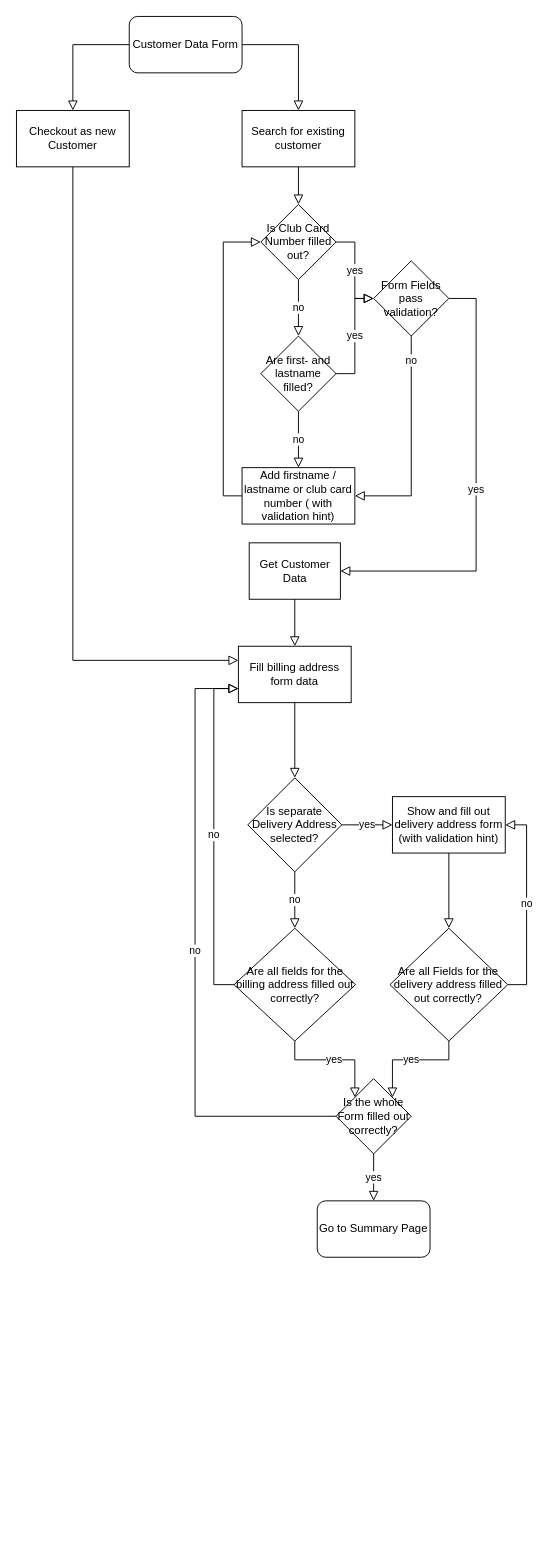
This is page "Customer Data" (2 of 4) of basket.drawio from jaegermoritz/test-wiki-diagrams, a draw.io file, before an edit. Source tidied: cells renumbered, new cells numbered last; positions are measured from the earlier drawing's top-left corner, leaving out a move shared by most shapes. Both pictures are drawn from the tidied source at 94%, with x=0, y=0 at pixel (16, 16).
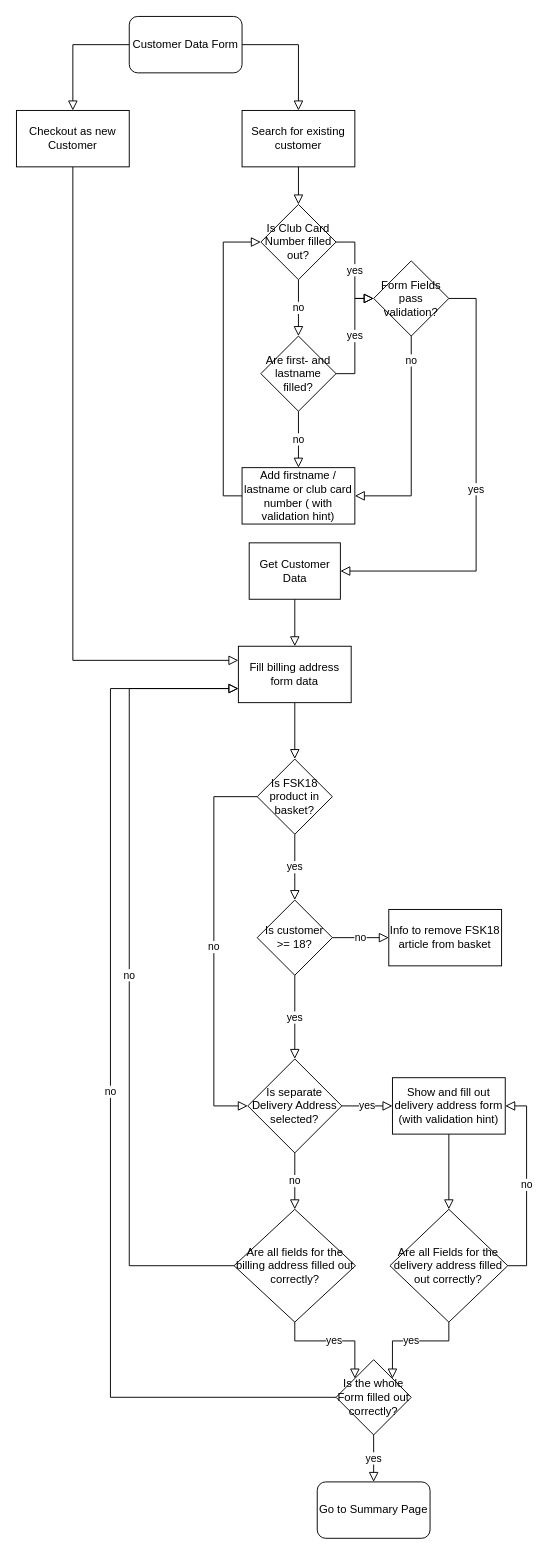
The same page after the edit.

Commit message:
Update customer data

Unchanged cells that the change refers to:
```xml
<mxCell id="38" value="Fill billing address form data" style="whiteSpace=wrap;html=1;" parent="1" vertex="1">
  <mxGeometry x="236.1" y="670" width="120" height="60" as="geometry" />
</mxCell>
```

What changed in the source:
```diff
@@
     <mxCell id="14" value="no" style="edgeStyle=orthogonalEdgeStyle;rounded=0;jumpStyle=none;jettySize=auto;html=1;entryX=0;entryY=0.75;entryDx=0;entryDy=0;endArrow=block;endFill=0;endSize=8;" parent="1" edge="1" source="15" target="38">
       <mxGeometry relative="1" as="geometry">
         <Array as="points">
-          <mxPoint x="210" y="1030" />
-          <mxPoint x="210" y="715" />
+          <mxPoint x="120" y="1329" />
+          <mxPoint x="120" y="715" />
         </Array>
       </mxGeometry>
     </mxCell>
     <mxCell id="15" value="Are all fields for the billing address filled out correctly?" style="rhombus;whiteSpace=wrap;html=1;" parent="1" vertex="1">
-      <mxGeometry x="231.5" y="970" width="129.2" height="120" as="geometry" />
+      <mxGeometry x="231.5" y="1269" width="129.2" height="120" as="geometry" />
     </mxCell>
@@
     <mxCell id="18" value="Is separate Delivery Address selected?" style="rhombus;whiteSpace=wrap;html=1;" parent="1" vertex="1">
-      <mxGeometry x="246.1" y="810" width="100" height="100" as="geometry" />
+      <mxGeometry x="246.1" y="1109" width="100" height="100" as="geometry" />
     </mxCell>
     <mxCell id="19" value="Go to Summary Page" style="rounded=1;whiteSpace=wrap;html=1;" parent="1" vertex="1">
-      <mxGeometry x="320" y="1260" width="120" height="60" as="geometry" />
+      <mxGeometry x="320" y="1559" width="120" height="60" as="geometry" />
     </mxCell>
@@
     <mxCell id="26" value="Show and fill out delivery address form (with validation hint)" style="whiteSpace=wrap;html=1;" parent="1" vertex="1">
-      <mxGeometry x="400" y="830" width="120" height="60" as="geometry" />
+      <mxGeometry x="400" y="1129" width="120" height="60" as="geometry" />
     </mxCell>
@@
     <mxCell id="29" value="Are all Fields for the delivery address filled out correctly?" style="rhombus;whiteSpace=wrap;html=1;" parent="1" vertex="1">
-      <mxGeometry x="397.3" y="970" width="125.4" height="120" as="geometry" />
+      <mxGeometry x="397.3" y="1269" width="125.4" height="120" as="geometry" />
     </mxCell>
@@
     <mxCell id="31" value="no" style="edgeStyle=orthogonalEdgeStyle;rounded=0;jumpStyle=none;jettySize=auto;html=1;exitX=0;exitY=0.5;exitDx=0;exitDy=0;entryX=0;entryY=0.75;entryDx=0;entryDy=0;endArrow=block;endFill=0;endSize=8;" parent="1" edge="1" source="32" target="38">
       <mxGeometry relative="1" as="geometry">
         <Array as="points">
-          <mxPoint x="190" y="1170" />
-          <mxPoint x="190" y="715" />
+          <mxPoint x="100" y="1469" />
+          <mxPoint x="100" y="715" />
         </Array>
       </mxGeometry>
     </mxCell>
     <mxCell id="32" value="Is the whole Form filled out correctly?" style="rhombus;whiteSpace=wrap;html=1;" parent="1" vertex="1">
-      <mxGeometry x="340" y="1130" width="80" height="80" as="geometry" />
+      <mxGeometry x="340" y="1429" width="80" height="80" as="geometry" />
     </mxCell>
@@
-    <mxCell id="37" style="edgeStyle=orthogonalEdgeStyle;rounded=0;jumpStyle=none;jettySize=auto;html=1;endArrow=block;endFill=0;endSize=8;" parent="1" edge="1" source="38" target="18">
-      <mxGeometry relative="1" as="geometry" />
-    </mxCell>
+    <mxCell id="39" style="edgeStyle=orthogonalEdgeStyle;rounded=0;jumpStyle=none;jettySize=auto;html=1;exitX=0.5;exitY=1;exitDx=0;exitDy=0;entryX=0.5;entryY=0;entryDx=0;entryDy=0;endArrow=block;endFill=0;endSize=8;" parent="1" edge="1" source="38" target="42">
+      <mxGeometry relative="1" as="geometry" />
+    </mxCell>
@@
+    <mxCell id="40" value="yes" style="edgeStyle=orthogonalEdgeStyle;rounded=0;jumpStyle=none;jettySize=auto;html=1;endArrow=block;endFill=0;endSize=8;" parent="1" edge="1" source="42" target="45">
+      <mxGeometry relative="1" as="geometry" />
+    </mxCell>
+    <mxCell id="41" value="no" style="edgeStyle=orthogonalEdgeStyle;rounded=0;jumpStyle=none;jettySize=auto;html=1;exitX=0;exitY=0.5;exitDx=0;exitDy=0;entryX=0;entryY=0.5;entryDx=0;entryDy=0;endArrow=block;endFill=0;endSize=8;" parent="1" edge="1" source="42" target="18">
+      <mxGeometry relative="1" as="geometry">
+        <Array as="points">
+          <mxPoint x="210" y="830" />
+          <mxPoint x="210" y="1159" />
+        </Array>
+      </mxGeometry>
+    </mxCell>
+    <mxCell id="42" value="Is FSK18 product in basket?" style="rhombus;whiteSpace=wrap;html=1;" parent="1" vertex="1">
+      <mxGeometry x="256.1" y="790" width="80" height="80" as="geometry" />
+    </mxCell>
+    <mxCell id="43" value="yes" style="edgeStyle=orthogonalEdgeStyle;rounded=0;jumpStyle=none;jettySize=auto;html=1;exitX=0.5;exitY=1;exitDx=0;exitDy=0;entryX=0.5;entryY=0;entryDx=0;entryDy=0;endArrow=block;endFill=0;endSize=8;" parent="1" edge="1" source="45" target="18">
+      <mxGeometry relative="1" as="geometry" />
+    </mxCell>
+    <mxCell id="44" value="no" style="edgeStyle=orthogonalEdgeStyle;rounded=0;jumpStyle=none;jettySize=auto;html=1;endArrow=block;endFill=0;endSize=8;" parent="1" edge="1" source="45" target="46">
+      <mxGeometry relative="1" as="geometry" />
+    </mxCell>
+    <mxCell id="45" value="Is customer &amp;gt;= 18?" style="rhombus;whiteSpace=wrap;html=1;" parent="1" vertex="1">
+      <mxGeometry x="256.1" y="940" width="80" height="80" as="geometry" />
+    </mxCell>
+    <mxCell id="46" value="Info to remove FSK18 article from basket" style="whiteSpace=wrap;html=1;" parent="1" vertex="1">
+      <mxGeometry x="396.1" y="950" width="120" height="60" as="geometry" />
+    </mxCell>
```
